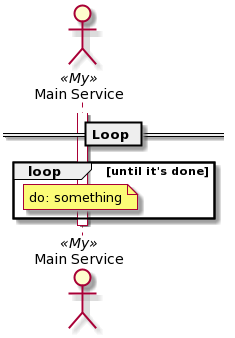
This is docs/tuc/examples/loop.png from TypedUseCase/tuc-console, a PlantUML export, as it was before one commit.
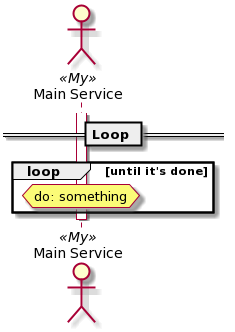
Above is the later version.

What changed in the source:
```diff
@@ -7,9 +7,9 @@
 
 activate MainService
 loop until it's done
-    note over MainService
+    hnote over MainService
     do: something
-    end note
+    end hnote
 end
 
 deactivate MainService
```
